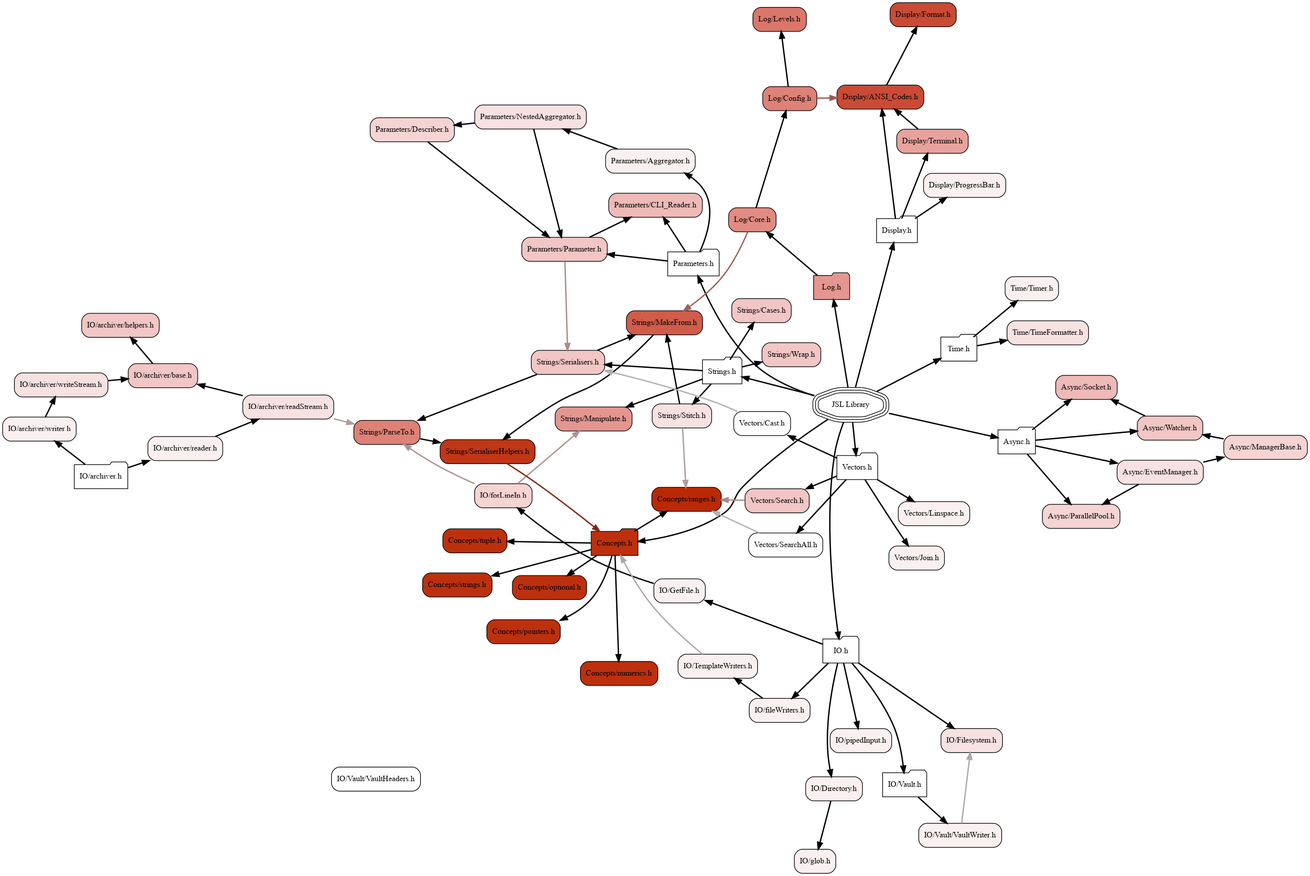
The Graphviz diagram docs/visualiser/heatmap.png in DrFraserGovil/JSL, before a commit. Its source is kept beside it as docs/visualiser/heatmap.dot.
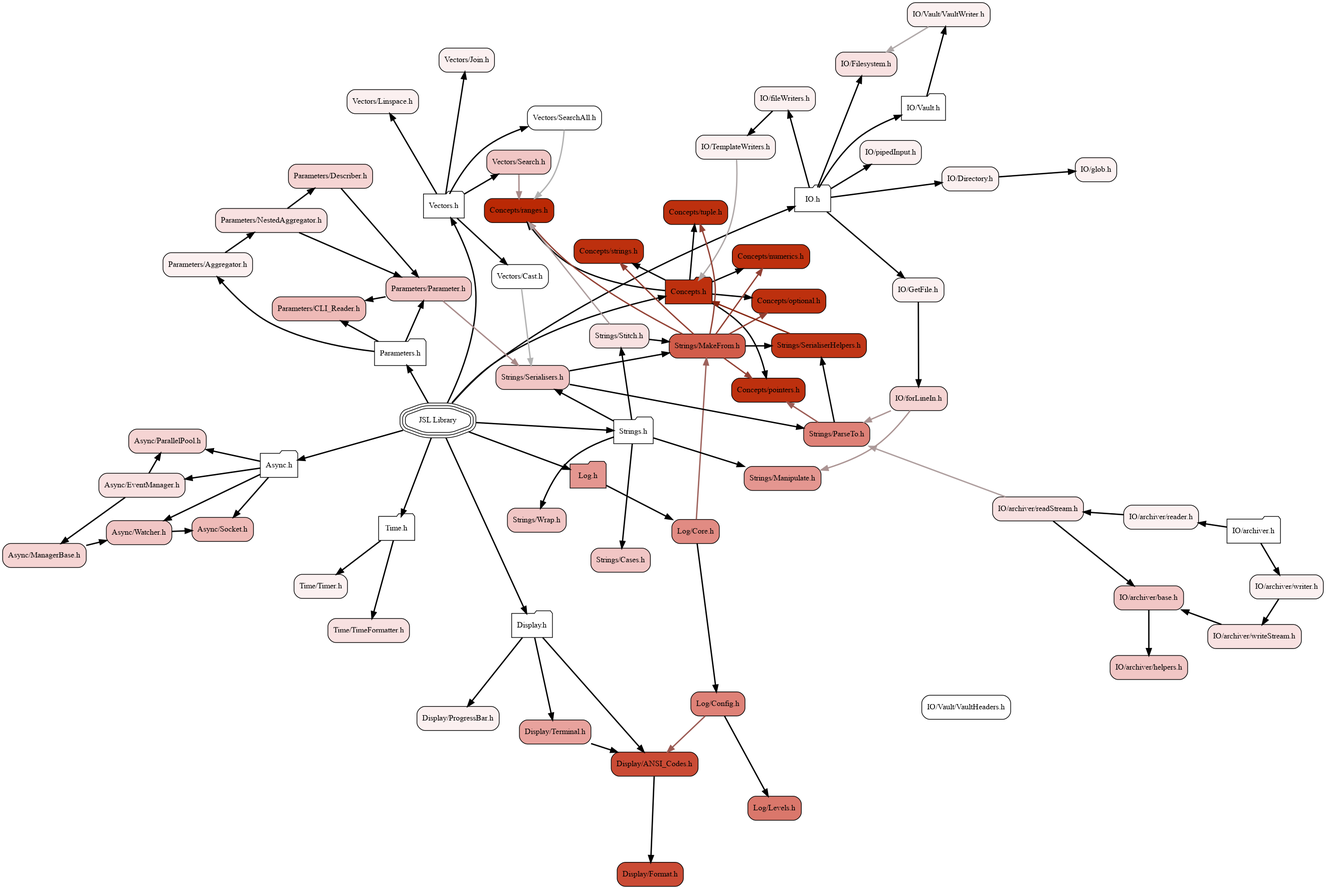
The same diagram one commit later.

Diff of the diagram source:
```diff
@@ -74,14 +74,14 @@
 	node[fillcolor="#fbf0f0", style="rounded,filled", shape=box, color="black"] "Vectors/Linspace.h"              [label="Vectors/Linspace.h"]
 	node[fillcolor="#f1c6c5", style="rounded,filled", shape=box, color="black"] "Vectors/Search.h"                [label="Vectors/Search.h"]
 	node[fillcolor="#ffffff", style="rounded,filled", shape=box, color="black"] "Vectors/SearchAll.h"             [label="Vectors/SearchAll.h"]
-	"JSL.h"                           -> "Strings.h"[weight=10,penwidth=2]
+	"JSL.h"                           -> "Log.h"[weight=10,penwidth=2]
 	"JSL.h"                           -> "IO.h"[weight=10,penwidth=2]
-	"JSL.h"                           -> "Log.h"[weight=10,penwidth=2]
-	"JSL.h"                           -> "Time.h"[weight=10,penwidth=2]
+	"JSL.h"                           -> "Vectors.h"[weight=10,penwidth=2]
 	"JSL.h"                           -> "Async.h"[weight=10,penwidth=2]
 	"JSL.h"                           -> "Concepts.h"[weight=10,penwidth=2]
+	"JSL.h"                           -> "Strings.h"[weight=10,penwidth=2]
 	"JSL.h"                           -> "Display.h"[weight=10,penwidth=2]
-	"JSL.h"                           -> "Vectors.h"[weight=10,penwidth=2]
+	"JSL.h"                           -> "Time.h"[weight=10,penwidth=2]
 	"JSL.h"                           -> "Parameters.h"[weight=10,penwidth=2]
 	"Async.h"                         -> "Async/Socket.h"[weight=10,penwidth=2]
 	"Async.h"                         -> "Async/Watcher.h"[weight=10,penwidth=2]
@@ -91,23 +91,23 @@
 	"Async/EventManager.h"            -> "Async/ParallelPool.h"[weight=10,penwidth=2]
 	"Async/ManagerBase.h"             -> "Async/Watcher.h"[weight=10,penwidth=2]
 	"Async/Watcher.h"                 -> "Async/Socket.h"[weight=10,penwidth=2]
+	"Concepts.h"                      -> "Concepts/optional.h"[weight=10,penwidth=2]
 	"Concepts.h"                      -> "Concepts/ranges.h"[weight=10,penwidth=2]
 	"Concepts.h"                      -> "Concepts/strings.h"[weight=10,penwidth=2]
+	"Concepts.h"                      -> "Concepts/tuple.h"[weight=10,penwidth=2]
 	"Concepts.h"                      -> "Concepts/numerics.h"[weight=10,penwidth=2]
 	"Concepts.h"                      -> "Concepts/pointers.h"[weight=10,penwidth=2]
-	"Concepts.h"                      -> "Concepts/optional.h"[weight=10,penwidth=2]
-	"Concepts.h"                      -> "Concepts/tuple.h"[weight=10,penwidth=2]
+	"Display.h"                       -> "Display/ProgressBar.h"[weight=10,penwidth=2]
 	"Display.h"                       -> "Display/Terminal.h"[weight=10,penwidth=2]
 	"Display.h"                       -> "Display/ANSI_Codes.h"[weight=10,penwidth=2]
-	"Display.h"                       -> "Display/ProgressBar.h"[weight=10,penwidth=2]
 	"Display/ANSI_Codes.h"            -> "Display/Format.h"[weight=10,penwidth=2]
 	"Display/Terminal.h"              -> "Display/ANSI_Codes.h"[weight=10,penwidth=2]
-	"IO.h"                            -> "IO/Directory.h"[weight=10,penwidth=2]
+	"IO.h"                            -> "IO/pipedInput.h"[weight=10,penwidth=2]
 	"IO.h"                            -> "IO/fileWriters.h"[weight=10,penwidth=2]
 	"IO.h"                            -> "IO/Filesystem.h"[weight=10,penwidth=2]
+	"IO.h"                            -> "IO/Vault.h"[weight=10,penwidth=2]
 	"IO.h"                            -> "IO/GetFile.h"[weight=10,penwidth=2]
-	"IO.h"                            -> "IO/pipedInput.h"[weight=10,penwidth=2]
-	"IO.h"                            -> "IO/Vault.h"[weight=10,penwidth=2]
+	"IO.h"                            -> "IO/Directory.h"[weight=10,penwidth=2]
 	"IO/Directory.h"                  -> "IO/glob.h"[weight=10,penwidth=2]
 	"IO/GetFile.h"                    -> "IO/forLineIn.h"[weight=10,penwidth=2]
 	"IO/TemplateWriters.h"            -> "Concepts.h"[weight=0,penwidth=2,color="#afa8a8"]
@@ -134,8 +134,8 @@
 	"Parameters.h"                    -> "Parameters/CLI_Reader.h"[weight=10,penwidth=2]
 	"Parameters/Aggregator.h"         -> "Parameters/NestedAggregator.h"[weight=10,penwidth=2]
 	"Parameters/Describer.h"          -> "Parameters/Parameter.h"[weight=10,penwidth=2]
+	"Parameters/NestedAggregator.h"   -> "Parameters/Describer.h"[weight=10,penwidth=2]
 	"Parameters/NestedAggregator.h"   -> "Parameters/Parameter.h"[weight=10,penwidth=2]
-	"Parameters/NestedAggregator.h"   -> "Parameters/Describer.h"[weight=10,penwidth=2]
 	"Parameters/Parameter.h"          -> "Parameters/CLI_Reader.h"[weight=10,penwidth=2]
 	"Parameters/Parameter.h"          -> "Strings/Serialisers.h"[weight=0,penwidth=2,color="#a88a89"]
 	"Strings.h"                       -> "Strings/Serialisers.h"[weight=10,penwidth=2]
@@ -144,12 +144,19 @@
 	"Strings.h"                       -> "Strings/Stitch.h"[weight=10,penwidth=2]
 	"Strings.h"                       -> "Strings/Wrap.h"[weight=10,penwidth=2]
 	"Strings/MakeFrom.h"              -> "Strings/SerialiserHelpers.h"[weight=10,penwidth=2]
+	"Strings/MakeFrom.h"              -> "Concepts/optional.h"[weight=0,penwidth=2,color="#924033"]
+	"Strings/MakeFrom.h"              -> "Concepts/tuple.h"[weight=0,penwidth=2,color="#924033"]
+	"Strings/MakeFrom.h"              -> "Concepts/ranges.h"[weight=0,penwidth=2,color="#924033"]
+	"Strings/MakeFrom.h"              -> "Concepts/strings.h"[weight=0,penwidth=2,color="#924033"]
+	"Strings/MakeFrom.h"              -> "Concepts/numerics.h"[weight=0,penwidth=2,color="#924033"]
+	"Strings/MakeFrom.h"              -> "Concepts/pointers.h"[weight=0,penwidth=2,color="#924033"]
 	"Strings/ParseTo.h"               -> "Strings/SerialiserHelpers.h"[weight=10,penwidth=2]
+	"Strings/ParseTo.h"               -> "Concepts/pointers.h"[weight=0,penwidth=2,color="#9b5a53"]
 	"Strings/SerialiserHelpers.h"     -> "Concepts.h"[weight=0,penwidth=2,color="#862510"]
 	"Strings/Serialisers.h"           -> "Strings/MakeFrom.h"[weight=10,penwidth=2]
 	"Strings/Serialisers.h"           -> "Strings/ParseTo.h"[weight=10,penwidth=2]
+	"Strings/Stitch.h"                -> "Strings/MakeFrom.h"[weight=10,penwidth=2]
 	"Strings/Stitch.h"                -> "Concepts/ranges.h"[weight=0,penwidth=2,color="#ad9d9d"]
-	"Strings/Stitch.h"                -> "Strings/MakeFrom.h"[weight=10,penwidth=2]
 	"Time.h"                          -> "Time/Timer.h"[weight=10,penwidth=2]
 	"Time.h"                          -> "Time/TimeFormatter.h"[weight=10,penwidth=2]
 	"Vectors.h"                       -> "Vectors/Cast.h"[weight=10,penwidth=2]
```
